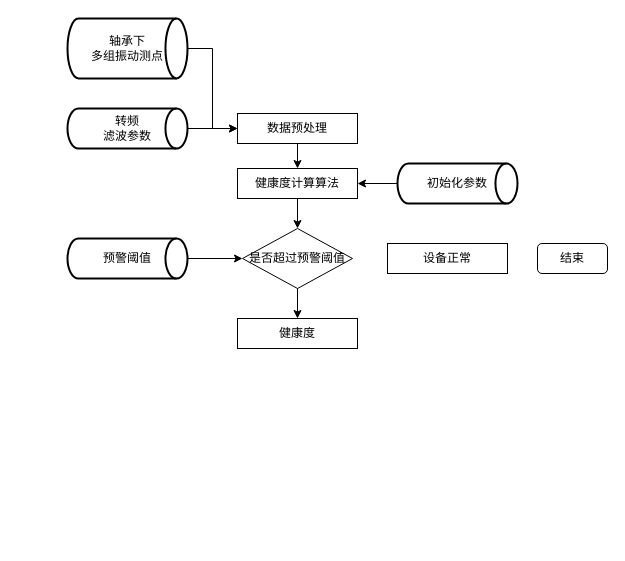
The draw.io diagram Untitled Diagram.drawio in fanpan0829/interview_python, before the edit. Source tidied: cells renumbered, new cells numbered last; positions are measured from the earlier drawing's top-left corner, leaving out a move shared by most shapes. Both pictures are drawn from the tidied source at 100%, with x=0, y=0 at pixel (67, 18).
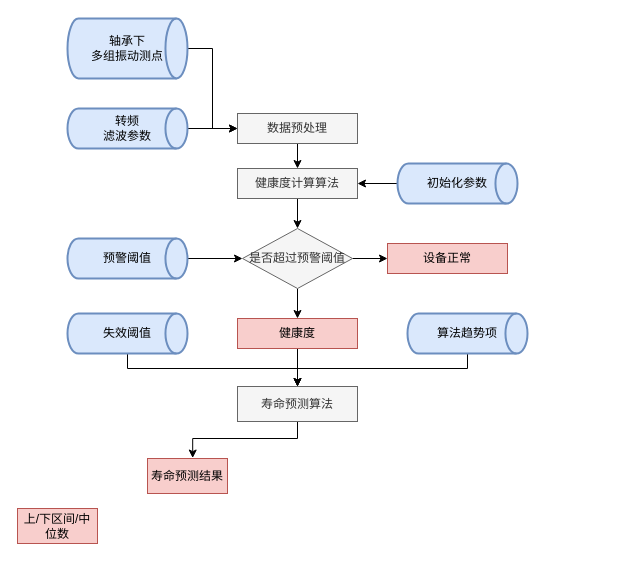
The same page after the edit.

The edit, as a diff of the source:
```diff
@@
-    <mxCell id="3" value="轴承下&lt;br&gt;多组振动测点" style="strokeWidth=2;html=1;shape=mxgraph.flowchart.direct_data;whiteSpace=wrap;" parent="1" vertex="1">
+    <mxCell id="3" value="轴承下&lt;br&gt;多组振动测点" style="strokeWidth=2;html=1;shape=mxgraph.flowchart.direct_data;whiteSpace=wrap;fillColor=#dae8fc;strokeColor=#6c8ebf;" parent="1" vertex="1">
       <mxGeometry width="120" height="60" as="geometry" />
     </mxCell>
@@
-    <mxCell id="5" value="转频&lt;br&gt;滤波参数" style="strokeWidth=2;html=1;shape=mxgraph.flowchart.direct_data;whiteSpace=wrap;" parent="1" vertex="1">
+    <mxCell id="5" value="转频&lt;br&gt;滤波参数" style="strokeWidth=2;html=1;shape=mxgraph.flowchart.direct_data;whiteSpace=wrap;fillColor=#dae8fc;strokeColor=#6c8ebf;" parent="1" vertex="1">
       <mxGeometry y="90" width="120" height="40" as="geometry" />
     </mxCell>
@@
-    <mxCell id="7" value="数据预处理" style="rounded=0;whiteSpace=wrap;html=1;" parent="1" vertex="1">
+    <mxCell id="7" value="数据预处理" style="rounded=0;whiteSpace=wrap;html=1;fillColor=#f5f5f5;strokeColor=#666666;fontColor=#333333;" parent="1" vertex="1">
       <mxGeometry x="170" y="95" width="120" height="30" as="geometry" />
     </mxCell>
@@
-    <mxCell id="9" value="健康度计算算法" style="rounded=0;whiteSpace=wrap;html=1;" parent="1" vertex="1">
+    <mxCell id="9" value="健康度计算算法" style="rounded=0;whiteSpace=wrap;html=1;fillColor=#f5f5f5;strokeColor=#666666;fontColor=#333333;" parent="1" vertex="1">
       <mxGeometry x="170" y="150" width="120" height="30" as="geometry" />
     </mxCell>
@@
-    <mxCell id="11" value="初始化参数" style="strokeWidth=2;html=1;shape=mxgraph.flowchart.direct_data;whiteSpace=wrap;" parent="1" vertex="1">
+    <mxCell id="11" value="初始化参数" style="strokeWidth=2;html=1;shape=mxgraph.flowchart.direct_data;whiteSpace=wrap;fillColor=#dae8fc;strokeColor=#6c8ebf;" parent="1" vertex="1">
       <mxGeometry x="330" y="145" width="120" height="40" as="geometry" />
     </mxCell>
@@
+    <mxCell id="19" style="edgeStyle=orthogonalEdgeStyle;rounded=0;jettySize=auto;html=1;entryX=0;entryY=0.5;entryDx=0;entryDy=0;" parent="1" edge="1" source="13" target="14">
+      <mxGeometry relative="1" as="geometry" />
+    </mxCell>
-    <mxCell id="13" value="是否超过预警阈值" style="rhombus;whiteSpace=wrap;html=1;" parent="1" vertex="1">
+    <mxCell id="13" value="是否超过预警阈值" style="rhombus;whiteSpace=wrap;html=1;fillColor=#f5f5f5;strokeColor=#666666;fontColor=#333333;" parent="1" vertex="1">
       <mxGeometry x="175" y="210" width="110" height="60" as="geometry" />
     </mxCell>
-    <mxCell id="14" value="设备正常" style="rounded=0;whiteSpace=wrap;html=1;" parent="1" vertex="1">
+    <mxCell id="14" value="设备正常" style="rounded=0;whiteSpace=wrap;html=1;fillColor=#f8cecc;strokeColor=#b85450;" parent="1" vertex="1">
       <mxGeometry x="320" y="225" width="120" height="30" as="geometry" />
     </mxCell>
-    <mxCell id="15" value="结束" style="rounded=1;whiteSpace=wrap;html=1;" parent="1" vertex="1">
-      <mxGeometry x="470" y="225" width="70" height="30" as="geometry" />
-    </mxCell>
+    <mxCell id="20" style="edgeStyle=orthogonalEdgeStyle;rounded=0;jettySize=auto;html=1;entryX=0.5;entryY=0;entryDx=0;entryDy=0;" parent="1" edge="1" source="16" target="26">
+      <mxGeometry relative="1" as="geometry" />
+    </mxCell>
-    <mxCell id="16" value="健康度" style="rounded=0;whiteSpace=wrap;html=1;" parent="1" vertex="1">
+    <mxCell id="16" value="健康度" style="rounded=0;whiteSpace=wrap;html=1;fillColor=#f8cecc;strokeColor=#b85450;" parent="1" vertex="1">
       <mxGeometry x="170" y="300" width="120" height="30" as="geometry" />
     </mxCell>
@@
-    <mxCell id="18" value="预警阈值" style="strokeWidth=2;html=1;shape=mxgraph.flowchart.direct_data;whiteSpace=wrap;" parent="1" vertex="1">
+    <mxCell id="18" value="预警阈值" style="strokeWidth=2;html=1;shape=mxgraph.flowchart.direct_data;whiteSpace=wrap;fillColor=#dae8fc;strokeColor=#6c8ebf;" parent="1" vertex="1">
       <mxGeometry y="220" width="120" height="40" as="geometry" />
     </mxCell>
+    <mxCell id="21" style="edgeStyle=orthogonalEdgeStyle;rounded=0;jettySize=auto;html=1;entryX=0.5;entryY=0;entryDx=0;entryDy=0;" parent="1" edge="1" source="22" target="26">
+      <mxGeometry relative="1" as="geometry">
+        <Array as="points">
+          <mxPoint x="60" y="350" />
+          <mxPoint x="230" y="350" />
+        </Array>
+      </mxGeometry>
+    </mxCell>
+    <mxCell id="22" value="失效阈值" style="strokeWidth=2;html=1;shape=mxgraph.flowchart.direct_data;whiteSpace=wrap;fillColor=#dae8fc;strokeColor=#6c8ebf;" parent="1" vertex="1">
+      <mxGeometry y="295" width="120" height="40" as="geometry" />
+    </mxCell>
+    <mxCell id="23" style="edgeStyle=orthogonalEdgeStyle;rounded=0;jettySize=auto;html=1;entryX=0.5;entryY=0;entryDx=0;entryDy=0;" parent="1" edge="1" source="24" target="26">
+      <mxGeometry relative="1" as="geometry">
+        <Array as="points">
+          <mxPoint x="400" y="350" />
+          <mxPoint x="230" y="350" />
+        </Array>
+      </mxGeometry>
+    </mxCell>
+    <mxCell id="24" value="算法趋势项" style="strokeWidth=2;html=1;shape=mxgraph.flowchart.direct_data;whiteSpace=wrap;fillColor=#dae8fc;strokeColor=#6c8ebf;" parent="1" vertex="1">
+      <mxGeometry x="340" y="295" width="120" height="40" as="geometry" />
+    </mxCell>
+    <mxCell id="25" style="edgeStyle=orthogonalEdgeStyle;rounded=0;jettySize=auto;html=1;entryX=0.565;entryY=-0.013;entryDx=0;entryDy=0;exitX=0.5;exitY=1;exitDx=0;exitDy=0;entryPerimeter=0;" parent="1" edge="1" source="26" target="27">
+      <mxGeometry relative="1" as="geometry">
+        <Array as="points">
+          <mxPoint x="230" y="420" />
+          <mxPoint x="125" y="420" />
+        </Array>
+      </mxGeometry>
+    </mxCell>
+    <mxCell id="26" value="寿命预测算法" style="rounded=0;whiteSpace=wrap;html=1;fillColor=#f5f5f5;strokeColor=#666666;fontColor=#333333;" parent="1" vertex="1">
+      <mxGeometry x="170" y="368" width="120" height="35" as="geometry" />
+    </mxCell>
+    <mxCell id="27" value="寿命预测结果" style="rounded=0;whiteSpace=wrap;html=1;fillColor=#f8cecc;strokeColor=#b85450;" parent="1" vertex="1">
+      <mxGeometry x="80" y="440" width="80" height="35" as="geometry" />
+    </mxCell>
+    <mxCell id="28" value="上/下区间/中位数" style="rounded=0;whiteSpace=wrap;html=1;fillColor=#f8cecc;strokeColor=#b85450;" parent="1" vertex="1">
+      <mxGeometry x="-50" y="490" width="80" height="35" as="geometry" />
+    </mxCell>
```
